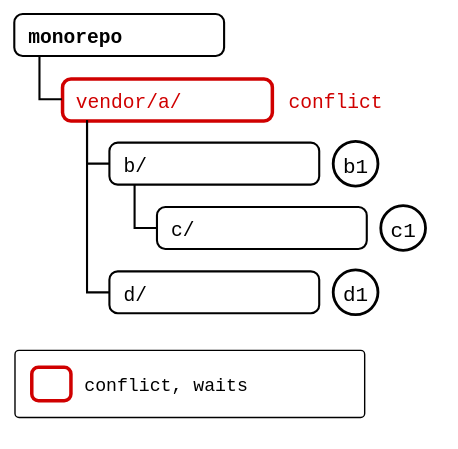
The draw.io diagram docs/09-scenarios/05-nested-splices/05-recursive-pull/tree-a-conflicts.drawio.svg in roschaefer/git-splice, before a commit. Source tidied: cells renumbered, new cells last; positions are measured from the earlier drawing's top-left corner, leaving out a move shared by most shapes.
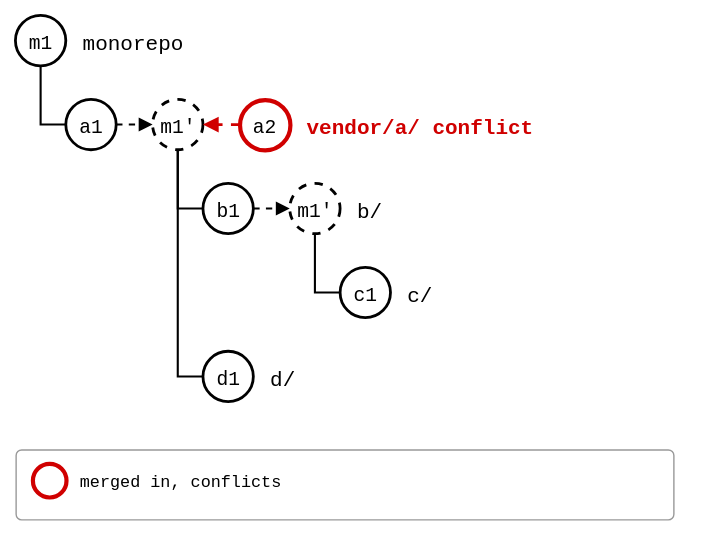
The same diagram one commit later.

Diff of the diagram source:
```diff
@@ -2,53 +2,74 @@
   <root>
     <mxCell id="0" />
     <mxCell id="1" parent="0" />
+    <mxCell id="18" value="m1" style="ellipse;strokeWidth=2;fontSize=14;fontFamily=Roboto Mono,monospace;" parent="1" vertex="1">
+      <mxGeometry width="36" height="36" as="geometry" />
+    </mxCell>
-    <mxCell id="2" value="monorepo" style="rounded=1;arcSize=20;strokeWidth=1.5;fontSize=14;align=left;spacingLeft=8;fontFamily=Roboto Mono,monospace;fontStyle=1;" parent="1" vertex="1">
-      <mxGeometry width="150" height="30" as="geometry" />
+    <mxCell id="2" value="monorepo" style="text;align=left;verticalAlign=middle;fontSize=15;fontFamily=Roboto Mono,monospace;tree=1;" parent="1" vertex="1">
+      <mxGeometry x="46" width="192" height="36" as="geometry" />
     </mxCell>
-    <mxCell id="3" value="vendor/a/" style="rounded=1;arcSize=20;strokeWidth=1.5;fontSize=14;align=left;spacingLeft=8;fontFamily=Roboto Mono,monospace;strokeColor=#D00000;strokeWidth=2.5;fontColor=#D00000;" parent="1" vertex="1">
-      <mxGeometry x="34" y="46" width="150" height="30" as="geometry" />
-    </mxCell>
-    <mxCell id="4" style="edgeStyle=orthogonalEdgeStyle;rounded=0;endArrow=none;html=1;strokeWidth=1.5;exitX=0.12;exitY=1;exitDx=0;exitDy=0;entryX=0;entryY=0.5;entryDx=0;entryDy=0;" parent="1" edge="1" source="2" target="3">
-      <mxGeometry relative="1" as="geometry" />
-    </mxCell>
-    <mxCell id="5" value="conflict" style="text;fontSize=14;align=left;verticalAlign=middle;fontColor=#D00000;fontFamily=Roboto Mono,monospace;" parent="1" vertex="1">
-      <mxGeometry x="194" y="46" width="90" height="30" as="geometry" />
-    </mxCell>
+    <mxCell id="19" value="a1" style="ellipse;strokeWidth=2;fontSize=14;fontFamily=Roboto Mono,monospace;" parent="1" vertex="1">
+      <mxGeometry x="36" y="60" width="36" height="36" as="geometry" />
+    </mxCell>
+    <mxCell id="20" style="endArrow=none;strokeWidth=1.5;edgeStyle=orthogonalEdgeStyle;rounded=0;exitX=0.5;exitY=1;exitDx=0;exitDy=0;entryX=0;entryY=0.5;entryDx=0;entryDy=0;" parent="1" edge="1" source="18" target="19">
+      <mxGeometry relative="1" as="geometry" />
+    </mxCell>
+    <mxCell id="21" value="m1'" style="ellipse;strokeWidth=2;fontSize=14;fontFamily=Roboto Mono,monospace;dashed=1;" parent="1" vertex="1">
+      <mxGeometry x="98" y="60" width="36" height="36" as="geometry" />
+    </mxCell>
+    <mxCell id="22" style="endArrow=block;endFill=1;strokeWidth=1.5;dashed=1;" parent="1" edge="1" source="19" target="21">
+      <mxGeometry relative="1" as="geometry" />
+    </mxCell>
+    <mxCell id="23" value="a2" style="ellipse;strokeWidth=2;fontSize=14;fontFamily=Roboto Mono,monospace;strokeColor=#D00000;strokeWidth=3;" parent="1" vertex="1">
+      <mxGeometry x="160" y="60" width="36" height="36" as="geometry" />
+    </mxCell>
+    <mxCell id="24" style="endArrow=block;endFill=1;strokeWidth=2;strokeColor=#D00000;dashed=1;" parent="1" edge="1" source="23" target="21">
+      <mxGeometry relative="1" as="geometry" />
+    </mxCell>
+    <mxCell id="25" value="vendor/a/   conflict" style="text;align=left;verticalAlign=middle;fontSize=15;fontFamily=Roboto Mono,monospace;fontColor=#D00000;fontStyle=1;" parent="1" vertex="1">
+      <mxGeometry x="206" y="60" width="201" height="36" as="geometry" />
+    </mxCell>
+    <mxCell id="8" value="b1" style="ellipse;strokeWidth=2;fontSize=14;fontFamily=Roboto Mono,monospace;" parent="1" vertex="1">
+      <mxGeometry x="134" y="120" width="36" height="36" as="geometry" />
+    </mxCell>
+    <mxCell id="26" style="endArrow=none;strokeWidth=1.5;edgeStyle=orthogonalEdgeStyle;rounded=0;exitX=0.5;exitY=1;exitDx=0;exitDy=0;entryX=0;entryY=0.5;entryDx=0;entryDy=0;" parent="1" edge="1" source="21" target="8">
+      <mxGeometry relative="1" as="geometry" />
+    </mxCell>
+    <mxCell id="27" value="m1'" style="ellipse;strokeWidth=2;fontSize=14;fontFamily=Roboto Mono,monospace;dashed=1;" parent="1" vertex="1">
+      <mxGeometry x="196" y="120" width="36" height="36" as="geometry" />
+    </mxCell>
+    <mxCell id="28" style="endArrow=block;endFill=1;strokeWidth=1.5;dashed=1;" parent="1" edge="1" source="8" target="27">
+      <mxGeometry relative="1" as="geometry" />
+    </mxCell>
-    <mxCell id="6" value="b/" style="rounded=1;arcSize=20;strokeWidth=1.5;fontSize=14;align=left;spacingLeft=8;fontFamily=Roboto Mono,monospace;" parent="1" vertex="1">
-      <mxGeometry x="68" y="92" width="150" height="30" as="geometry" />
+    <mxCell id="6" value="b/" style="text;align=left;verticalAlign=middle;fontSize=15;fontFamily=Roboto Mono,monospace;" parent="1" vertex="1">
+      <mxGeometry x="242" y="120" width="138" height="36" as="geometry" />
     </mxCell>
-    <mxCell id="7" style="edgeStyle=orthogonalEdgeStyle;rounded=0;endArrow=none;html=1;strokeWidth=1.5;exitX=0.12;exitY=1;exitDx=0;exitDy=0;entryX=0;entryY=0.5;entryDx=0;entryDy=0;" parent="1" edge="1" source="3" target="6">
-      <mxGeometry relative="1" as="geometry" />
-    </mxCell>
-    <mxCell id="8" value="b1" style="ellipse;strokeWidth=2;fontSize=15;fontFamily=Roboto Mono,monospace;" parent="1" vertex="1">
-      <mxGeometry x="228" y="91" width="32" height="32" as="geometry" />
-    </mxCell>
+    <mxCell id="11" value="c1" style="ellipse;strokeWidth=2;fontSize=14;fontFamily=Roboto Mono,monospace;" parent="1" vertex="1">
+      <mxGeometry x="232" y="180" width="36" height="36" as="geometry" />
+    </mxCell>
+    <mxCell id="29" style="endArrow=none;strokeWidth=1.5;edgeStyle=orthogonalEdgeStyle;rounded=0;exitX=0.5;exitY=1;exitDx=0;exitDy=0;entryX=0;entryY=0.5;entryDx=0;entryDy=0;" parent="1" edge="1" source="27" target="11">
+      <mxGeometry relative="1" as="geometry" />
+    </mxCell>
-    <mxCell id="9" value="c/" style="rounded=1;arcSize=20;strokeWidth=1.5;fontSize=14;align=left;spacingLeft=8;fontFamily=Roboto Mono,monospace;" parent="1" vertex="1">
-      <mxGeometry x="102" y="138" width="150" height="30" as="geometry" />
+    <mxCell id="9" value="c/" style="text;align=left;verticalAlign=middle;fontSize=15;fontFamily=Roboto Mono,monospace;" parent="1" vertex="1">
+      <mxGeometry x="278" y="180" width="138" height="36" as="geometry" />
     </mxCell>
-    <mxCell id="10" style="edgeStyle=orthogonalEdgeStyle;rounded=0;endArrow=none;html=1;strokeWidth=1.5;exitX=0.12;exitY=1;exitDx=0;exitDy=0;entryX=0;entryY=0.5;entryDx=0;entryDy=0;" parent="1" edge="1" source="6" target="9">
-      <mxGeometry relative="1" as="geometry" />
-    </mxCell>
-    <mxCell id="11" value="c1" style="ellipse;strokeWidth=2;fontSize=15;fontFamily=Roboto Mono,monospace;" parent="1" vertex="1">
-      <mxGeometry x="262" y="137" width="32" height="32" as="geometry" />
-    </mxCell>
+    <mxCell id="14" value="d1" style="ellipse;strokeWidth=2;fontSize=14;fontFamily=Roboto Mono,monospace;" parent="1" vertex="1">
+      <mxGeometry x="134" y="240" width="36" height="36" as="geometry" />
+    </mxCell>
+    <mxCell id="30" style="endArrow=none;strokeWidth=1.5;edgeStyle=orthogonalEdgeStyle;rounded=0;exitX=0.5;exitY=1;exitDx=0;exitDy=0;entryX=0;entryY=0.5;entryDx=0;entryDy=0;" parent="1" edge="1" source="21" target="14">
+      <mxGeometry relative="1" as="geometry" />
+    </mxCell>
-    <mxCell id="12" value="d/" style="rounded=1;arcSize=20;strokeWidth=1.5;fontSize=14;align=left;spacingLeft=8;fontFamily=Roboto Mono,monospace;" parent="1" vertex="1">
-      <mxGeometry x="68" y="184" width="150" height="30" as="geometry" />
+    <mxCell id="12" value="d/" style="text;align=left;verticalAlign=middle;fontSize=15;fontFamily=Roboto Mono,monospace;" parent="1" vertex="1">
+      <mxGeometry x="180" y="240" width="138" height="36" as="geometry" />
     </mxCell>
-    <mxCell id="13" style="edgeStyle=orthogonalEdgeStyle;rounded=0;endArrow=none;html=1;strokeWidth=1.5;exitX=0.12;exitY=1;exitDx=0;exitDy=0;entryX=0;entryY=0.5;entryDx=0;entryDy=0;" parent="1" edge="1" source="3" target="12">
-      <mxGeometry relative="1" as="geometry" />
-    </mxCell>
-    <mxCell id="14" value="d1" style="ellipse;strokeWidth=2;fontSize=15;fontFamily=Roboto Mono,monospace;" parent="1" vertex="1">
-      <mxGeometry x="228" y="183" width="32" height="32" as="geometry" />
-    </mxCell>
-    <mxCell id="15" style="rounded=1;arcSize=6;fillColor=none;strokeWidth=1;dashed=0;" parent="1" vertex="1">
-      <mxGeometry y="240" width="250" height="48" as="geometry" />
-    </mxCell>
-    <mxCell id="16" style="rounded=1;arcSize=20;strokeWidth=2.5;strokeColor=#D00000;" parent="1" vertex="1">
-      <mxGeometry x="12" y="252" width="28" height="24" as="geometry" />
-    </mxCell>
-    <mxCell id="17" value="conflict, waits" style="text;fontSize=13;align=left;verticalAlign=middle;fontFamily=Roboto Mono,monospace;" parent="1" vertex="1">
-      <mxGeometry x="48" y="250" width="180" height="28" as="geometry" />
-    </mxCell>
+    <mxCell id="31" style="rounded=1;arcSize=8;fillColor=none;strokeColor=#999999;strokeWidth=1;legend=1;" parent="1" vertex="1">
+      <mxGeometry y="310" width="470" height="50" as="geometry" />
+    </mxCell>
+    <mxCell id="32" style="ellipse;strokeWidth=2;strokeColor=#D00000;strokeWidth=3;" parent="31" vertex="1">
+      <mxGeometry x="12" y="10" width="24" height="24" as="geometry" />
+    </mxCell>
+    <mxCell id="33" value="merged in, conflicts" style="text;align=left;verticalAlign=middle;fontSize=12;fontFamily=Roboto Mono,monospace;" parent="31" vertex="1">
+      <mxGeometry x="44" y="8" width="190" height="28" as="geometry" />
+    </mxCell>
   </root>
 </mxGraphModel>
```
